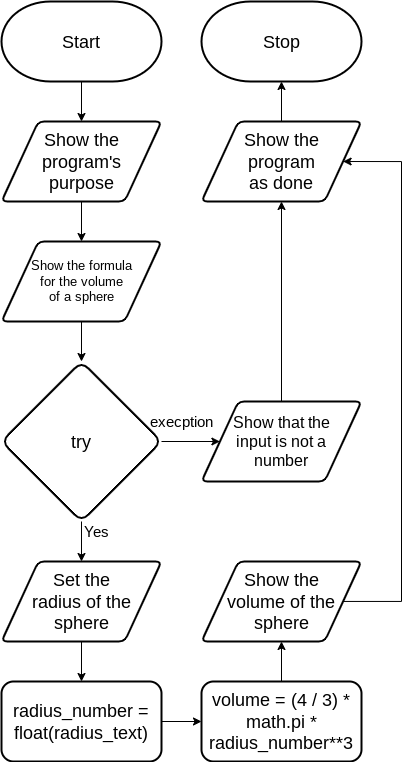
The draw.io diagram design/flowchart.png in CristianoSellitto/ICS3U-Assignment6-Python, before a commit. Source tidied: cells renumbered, new cells last; positions are measured from the earlier drawing's top-left corner, leaving out a move shared by most shapes.
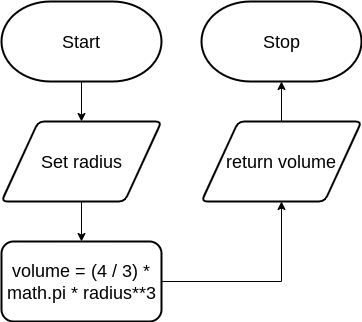
After the commit.

Change to the diagram source:
```diff
@@ -11,7 +11,7 @@
     <mxCell id="4" style="edgeStyle=none;html=1;entryX=0.5;entryY=1;entryDx=0;entryDy=0;entryPerimeter=0;fontFamily=Helvetica;fontSize=15;fontColor=default;" parent="1" edge="1" source="5" target="3">
       <mxGeometry relative="1" as="geometry" />
     </mxCell>
-    <mxCell id="5" value="Show the &lt;br&gt;program &lt;br&gt;as done" style="shape=parallelogram;html=1;strokeWidth=2;perimeter=parallelogramPerimeter;whiteSpace=wrap;rounded=1;arcSize=12;size=0.23;fontSize=18;" parent="1" vertex="1">
+    <mxCell id="5" value="return volume" style="shape=parallelogram;html=1;strokeWidth=2;perimeter=parallelogramPerimeter;whiteSpace=wrap;rounded=1;arcSize=12;size=0.23;fontSize=18;" parent="1" vertex="1">
       <mxGeometry x="200" y="120" width="160" height="80" as="geometry" />
     </mxCell>
     <mxCell id="6" style="edgeStyle=none;html=1;entryX=0.5;entryY=0;entryDx=0;entryDy=0;" parent="1" edge="1">
@@ -20,75 +20,19 @@
         <mxPoint x="80" y="120" as="targetPoint" />
       </mxGeometry>
     </mxCell>
-    <mxCell id="7" style="edgeStyle=none;html=1;entryX=0.5;entryY=0;entryDx=0;entryDy=0;fontSize=18;" parent="1" edge="1" source="9">
-      <mxGeometry relative="1" as="geometry">
-        <mxPoint x="80" y="560" as="targetPoint" />
-      </mxGeometry>
-    </mxCell>
-    <mxCell id="8" style="edgeStyle=none;html=1;entryX=0;entryY=0.5;entryDx=0;entryDy=0;fontSize=16;" parent="1" edge="1" source="9" target="19">
-      <mxGeometry relative="1" as="geometry" />
-    </mxCell>
-    <mxCell id="9" value="&lt;font style=&quot;font-size: 18px&quot;&gt;try&lt;br style=&quot;font-size: 18px&quot;&gt;&lt;/font&gt;" style="rhombus;whiteSpace=wrap;html=1;rounded=1;fontFamily=Helvetica;fontSize=18;fontColor=default;strokeColor=default;strokeWidth=2;fillColor=default;" parent="1" vertex="1">
-      <mxGeometry y="360" width="160" height="160" as="geometry" />
-    </mxCell>
-    <mxCell id="10" value="&lt;font style=&quot;font-size: 15px&quot;&gt;Yes&lt;/font&gt;" style="text;html=1;align=center;verticalAlign=middle;strokeColor=none;fillColor=none;fontSize=8;fontFamily=Helvetica;fontColor=default;" parent="1" vertex="1">
-      <mxGeometry x="75" y="520" width="40" height="20" as="geometry" />
-    </mxCell>
-    <mxCell id="11" value="&lt;font style=&quot;font-size: 15px&quot;&gt;execption&lt;br&gt;&lt;/font&gt;" style="text;html=1;align=center;verticalAlign=middle;strokeColor=none;fillColor=none;fontSize=8;fontFamily=Helvetica;fontColor=default;" parent="1" vertex="1">
-      <mxGeometry x="140" y="410" width="80" height="20" as="geometry" />
-    </mxCell>
-    <mxCell id="12" style="edgeStyle=none;html=1;fontSize=16;" parent="1" edge="1" source="13">
-      <mxGeometry relative="1" as="geometry">
-        <mxPoint x="200" y="720" as="targetPoint" />
-      </mxGeometry>
-    </mxCell>
+    <mxCell id="22" style="edgeStyle=orthogonalEdgeStyle;html=1;entryX=0.5;entryY=1;entryDx=0;entryDy=0;rounded=0;" parent="1" edge="1" source="13" target="5">
+      <mxGeometry relative="1" as="geometry" />
+    </mxCell>
-    <mxCell id="13" value="radius_number = float(radius_text)" style="rounded=1;whiteSpace=wrap;html=1;strokeWidth=2;fontSize=18;" parent="1" vertex="1">
-      <mxGeometry y="680" width="160" height="80" as="geometry" />
+    <mxCell id="13" value="volume = (4 / 3) * math.pi * radius**3" style="rounded=1;whiteSpace=wrap;html=1;strokeWidth=2;fontSize=18;" parent="1" vertex="1">
+      <mxGeometry y="240" width="160" height="80" as="geometry" />
     </mxCell>
     <mxCell id="14" style="edgeStyle=none;html=1;entryX=0.5;entryY=0;entryDx=0;entryDy=0;fontSize=13;" parent="1" edge="1" source="15">
       <mxGeometry relative="1" as="geometry">
         <mxPoint x="80" y="240" as="targetPoint" />
       </mxGeometry>
     </mxCell>
-    <mxCell id="15" value="Show the program's&lt;br&gt;purpose" style="shape=parallelogram;html=1;strokeWidth=2;perimeter=parallelogramPerimeter;whiteSpace=wrap;rounded=1;arcSize=12;size=0.23;fontSize=18;" parent="1" vertex="1">
+    <mxCell id="15" value="Set radius" style="shape=parallelogram;html=1;strokeWidth=2;perimeter=parallelogramPerimeter;whiteSpace=wrap;rounded=1;arcSize=12;size=0.23;fontSize=18;" parent="1" vertex="1">
       <mxGeometry y="120" width="160" height="80" as="geometry" />
     </mxCell>
-    <mxCell id="16" style="edgeStyle=none;html=1;entryX=0.5;entryY=0;entryDx=0;entryDy=0;fontSize=18;" parent="1" edge="1" source="17">
-      <mxGeometry relative="1" as="geometry">
-        <mxPoint x="80" y="360" as="targetPoint" />
-      </mxGeometry>
-    </mxCell>
-    <mxCell id="17" value="Show the formula &lt;br style=&quot;font-size: 13px&quot;&gt;for the volume&lt;br&gt;of a sphere" style="shape=parallelogram;html=1;strokeWidth=2;perimeter=parallelogramPerimeter;whiteSpace=wrap;rounded=1;arcSize=12;size=0.23;fontSize=13;" parent="1" vertex="1">
-      <mxGeometry y="240" width="160" height="80" as="geometry" />
-    </mxCell>
-    <mxCell id="18" style="edgeStyle=none;html=1;entryX=0.5;entryY=1;entryDx=0;entryDy=0;fontSize=16;" parent="1" edge="1" source="19" target="5">
-      <mxGeometry relative="1" as="geometry" />
-    </mxCell>
-    <mxCell id="19" value="Show that the &lt;br style=&quot;font-size: 16px;&quot;&gt;input is not a &lt;br style=&quot;font-size: 16px;&quot;&gt;number" style="shape=parallelogram;html=1;strokeWidth=2;perimeter=parallelogramPerimeter;whiteSpace=wrap;rounded=1;arcSize=12;size=0.23;fontSize=16;" parent="1" vertex="1">
-      <mxGeometry x="200" y="400" width="160" height="80" as="geometry" />
-    </mxCell>
-    <mxCell id="20" style="edgeStyle=none;html=1;entryX=0.5;entryY=0;entryDx=0;entryDy=0;fontSize=16;" parent="1" edge="1" source="21" target="13">
-      <mxGeometry relative="1" as="geometry" />
-    </mxCell>
-    <mxCell id="21" value="Set the&lt;br&gt;radius of the sphere" style="shape=parallelogram;html=1;strokeWidth=2;perimeter=parallelogramPerimeter;whiteSpace=wrap;rounded=1;arcSize=12;size=0.23;fontSize=18;" parent="1" vertex="1">
-      <mxGeometry y="560" width="160" height="80" as="geometry" />
-    </mxCell>
-    <mxCell id="22" style="edgeStyle=none;html=1;entryX=0.5;entryY=1;entryDx=0;entryDy=0;" parent="1" edge="1" source="23" target="25">
-      <mxGeometry relative="1" as="geometry" />
-    </mxCell>
-    <mxCell id="23" value="volume = (4 / 3) * math.pi * radius_number**3" style="rounded=1;whiteSpace=wrap;html=1;strokeWidth=2;fontSize=18;" parent="1" vertex="1">
-      <mxGeometry x="200" y="680" width="160" height="80" as="geometry" />
-    </mxCell>
-    <mxCell id="24" style="edgeStyle=orthogonalEdgeStyle;html=1;fontSize=18;entryX=1;entryY=0.5;entryDx=0;entryDy=0;rounded=0;" parent="1" edge="1" source="25" target="5">
-      <mxGeometry relative="1" as="geometry">
-        <Array as="points">
-          <mxPoint x="400" y="600" />
-          <mxPoint x="400" y="160" />
-        </Array>
-      </mxGeometry>
-    </mxCell>
-    <mxCell id="25" value="Show the&lt;br style=&quot;font-size: 18px&quot;&gt;volume of the sphere" style="shape=parallelogram;html=1;strokeWidth=2;perimeter=parallelogramPerimeter;whiteSpace=wrap;rounded=1;arcSize=12;size=0.23;fontSize=18;" parent="1" vertex="1">
-      <mxGeometry x="200" y="560" width="160" height="80" as="geometry" />
-    </mxCell>
   </root>
 </mxGraphModel>
```
